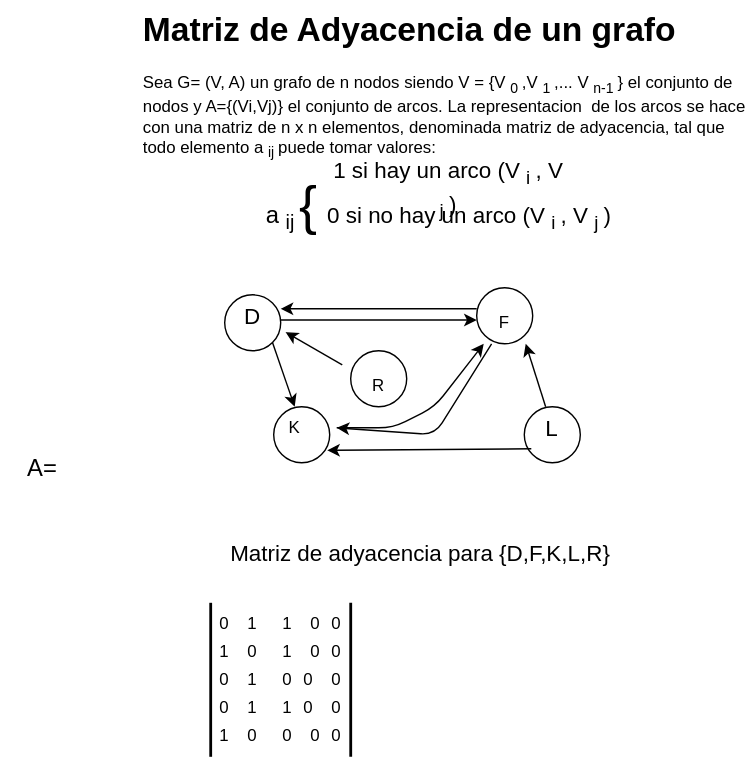
Above: Estructura-de-datos/Grafos/Matriz-Adyacencia.drawio.svg in Nordcode-cyber/Algoritmos-Estructdatos (draw.io), before the change. Source tidied: cells renumbered, new cells last; positions are measured from the earlier drawing's top-left corner, leaving out a move shared by most shapes.
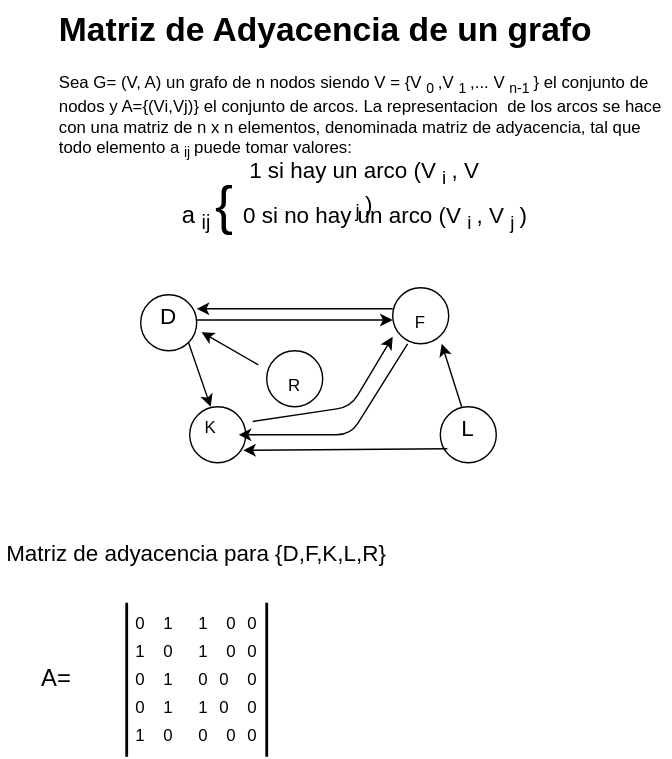
Later version of the same file.

What changed in the source:
```diff
@@ -18,7 +18,7 @@
       <mxGeometry x="230" y="140" width="210" height="30" as="geometry" />
     </mxCell>
     <mxCell id="7" value="&lt;font style=&quot;font-size: 17px;&quot;&gt;A=&lt;/font&gt;" style="text;html=1;align=center;verticalAlign=middle;whiteSpace=wrap;rounded=0;" parent="1" vertex="1">
-      <mxGeometry y="320" width="60" height="30" as="geometry" />
+      <mxGeometry x="70" y="470" width="60" height="30" as="geometry" />
     </mxCell>
     <mxCell id="8" style="endArrow=none;html=1;strokeWidth=2;exitX=0;exitY=1;exitDx=0;exitDy=0;" parent="1" edge="1" source="50">
       <mxGeometry relative="1" as="geometry">
@@ -26,7 +26,7 @@
       </mxGeometry>
     </mxCell>
     <mxCell id="9" value="&lt;font style=&quot;font-size: 16px; color: light-dark(rgb(0, 0, 0), rgb(0, 255, 128));&quot;&gt;Matriz de adyacencia para {D,F,K,L,R}&amp;nbsp;&lt;/font&gt;" style="text;html=1;align=center;verticalAlign=middle;whiteSpace=wrap;rounded=0;" parent="1" vertex="1">
-      <mxGeometry x="160" y="370" width="280" height="50" as="geometry" />
+      <mxGeometry x="60" y="370" width="280" height="50" as="geometry" />
     </mxCell>
     <mxCell id="10" style="endArrow=none;html=1;strokeWidth=2;exitX=0.667;exitY=1;exitDx=0;exitDy=0;exitPerimeter=0;" parent="1" edge="1" source="53">
       <mxGeometry relative="1" as="geometry">
@@ -54,14 +54,14 @@
     <mxCell id="17" value="&lt;font style=&quot;font-size: 16px; color: light-dark(rgb(0, 0, 0), rgb(255, 51, 51));&quot;&gt;D&lt;/font&gt;" style="text;html=1;align=center;verticalAlign=middle;whiteSpace=wrap;rounded=0;" parent="1" vertex="1">
       <mxGeometry x="150" y="210" width="60" height="30" as="geometry" />
     </mxCell>
-    <mxCell id="18" style="edgeStyle=none;html=1;entryX=0.25;entryY=1;entryDx=0;entryDy=0;" parent="1" edge="1" source="19" target="23">
-      <mxGeometry relative="1" as="geometry">
-        <Array as="points">
-          <mxPoint x="280" y="305" />
-          <mxPoint x="310" y="290" />
-        </Array>
-      </mxGeometry>
-    </mxCell>
+    <mxCell id="54" style="edgeStyle=none;html=1;" parent="1" edge="1" source="19">
+      <mxGeometry relative="1" as="geometry">
+        <mxPoint x="340" y="240" as="targetPoint" />
+        <Array as="points">
+          <mxPoint x="310" y="290" />
+        </Array>
+      </mxGeometry>
+    </mxCell>
     <mxCell id="19" value="&lt;font style=&quot;color: light-dark(rgb(0, 0, 0), rgb(255, 51, 51));&quot;&gt;K&lt;/font&gt;" style="text;html=1;align=center;verticalAlign=middle;whiteSpace=wrap;rounded=0;" parent="1" vertex="1">
       <mxGeometry x="180" y="290" width="60" height="30" as="geometry" />
     </mxCell>
@@ -71,8 +71,9 @@
     <mxCell id="21" style="edgeStyle=none;html=1;entryX=0.833;entryY=0.333;entryDx=0;entryDy=0;entryPerimeter=0;exitX=0;exitY=0.375;exitDx=0;exitDy=0;exitPerimeter=0;" parent="1" edge="1" source="13" target="17">
       <mxGeometry relative="1" as="geometry" />
     </mxCell>
-    <mxCell id="22" style="edgeStyle=none;html=1;entryX=1;entryY=0.5;entryDx=0;entryDy=0;" parent="1" edge="1" source="23" target="19">
+    <mxCell id="22" style="edgeStyle=none;html=1;" parent="1" edge="1" source="23">
       <mxGeometry relative="1" as="geometry">
+        <mxPoint x="230" y="310" as="targetPoint" />
         <Array as="points">
           <mxPoint x="310" y="310" />
         </Array>
```
